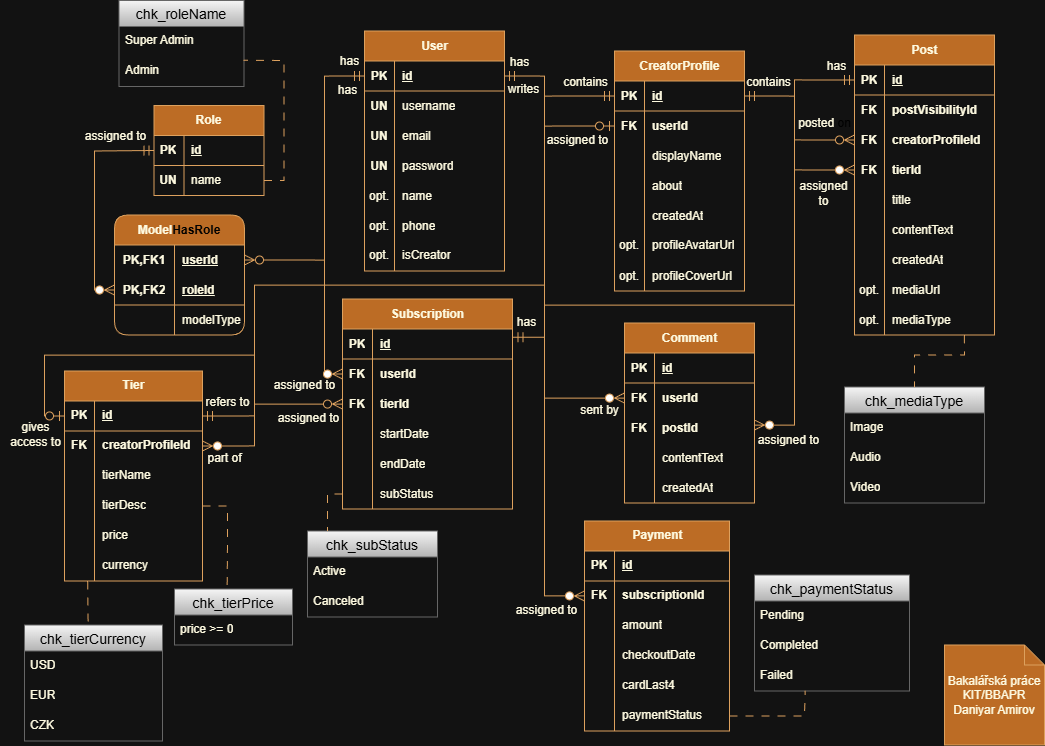
This is imgs/bloghub-erd.png from mirroxEkb14/bloghub, a draw.io export, as it was before one commit. Source tidied: cells renumbered, new cells last; positions are measured from the earlier drawing's top-left corner, leaving out a move shared by most shapes.
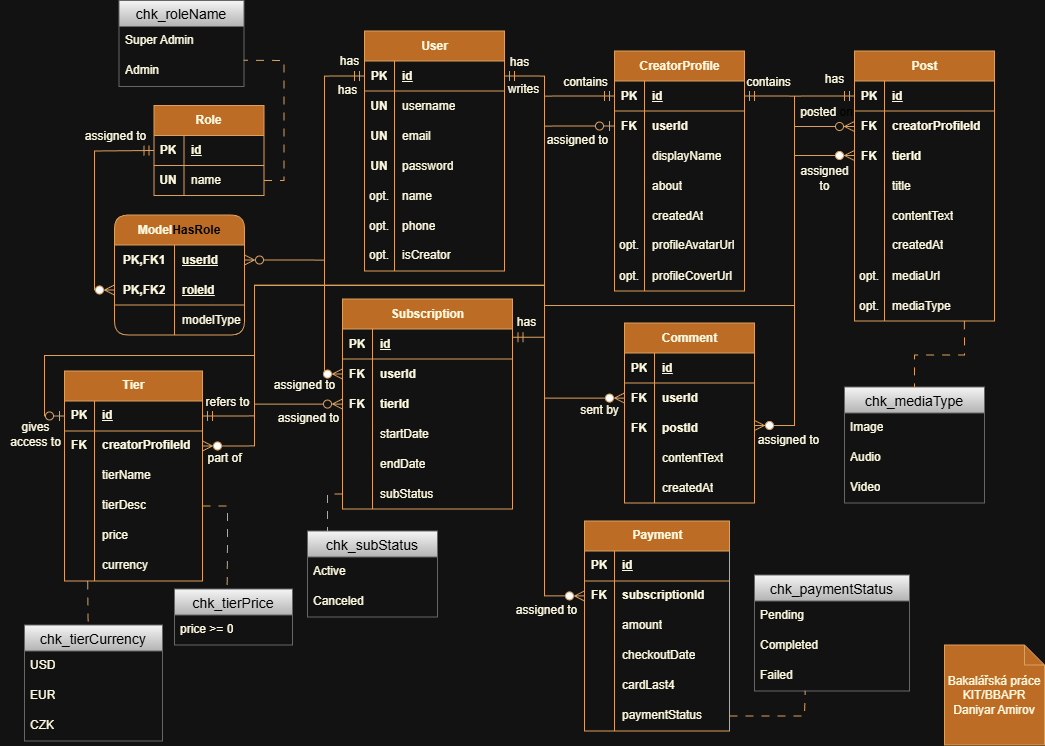
The same diagram one commit later.

What changed in the source:
```diff
@@ -181,7 +181,7 @@
       <mxGeometry x="537" y="124.5" width="80" height="30" as="geometry" />
     </mxCell>
     <mxCell id="58" value="Post" style="shape=table;startSize=30;rowLines=0;fontStyle=1;align=center;html=1;fillColor=#BC6C25;strokeColor=#DDA15E;labelBackgroundColor=none;fontColor=#FEFAE0;" parent="1" vertex="1">
-      <mxGeometry x="854" y="34.5" width="140" height="300" as="geometry" />
+      <mxGeometry x="854" y="50.5" width="140" height="270" as="geometry" />
     </mxCell>
     <mxCell id="59" style="shape=tableRow;horizontal=0;startSize=0;swimlaneHead=0;swimlaneBody=0;fillColor=none;points=[[0,0.5],[1,0.5]];portConstraint=eastwest;top=0;left=0;right=0;bottom=1;labelBackgroundColor=none;strokeColor=#DDA15E;fontColor=#FEFAE0;" parent="58" vertex="1">
       <mxGeometry y="30" width="140" height="30" as="geometry" />
@@ -192,17 +192,8 @@
     <mxCell id="61" value="id" style="shape=partialRectangle;fillColor=none;top=0;left=0;bottom=0;right=0;align=left;spacingLeft=6;fontStyle=5;overflow=hidden;whiteSpace=wrap;html=1;labelBackgroundColor=none;strokeColor=#DDA15E;fontColor=#FEFAE0;" parent="59" vertex="1">
       <mxGeometry x="30" width="110" height="30" as="geometry" />
     </mxCell>
-    <mxCell id="62" style="shape=tableRow;horizontal=0;startSize=0;swimlaneHead=0;swimlaneBody=0;fillColor=none;top=0;left=0;right=0;bottom=0;labelBackgroundColor=none;strokeColor=#DDA15E;fontColor=#FEFAE0;" parent="58" vertex="1">
-      <mxGeometry y="60" width="140" height="30" as="geometry" />
-    </mxCell>
-    <mxCell id="63" value="&lt;b&gt;FK&lt;/b&gt;" style="shape=partialRectangle;fillColor=none;top=0;left=0;bottom=0;right=0;overflow=hidden;whiteSpace=wrap;html=1;labelBackgroundColor=none;strokeColor=#DDA15E;fontColor=#FEFAE0;" parent="62" vertex="1">
-      <mxGeometry width="30" height="30" as="geometry" />
-    </mxCell>
-    <mxCell id="64" value="&lt;b&gt;postVisibilityId&lt;/b&gt;" style="shape=partialRectangle;fillColor=none;top=0;left=0;bottom=0;right=0;align=left;spacingLeft=6;overflow=hidden;whiteSpace=wrap;html=1;labelBackgroundColor=none;strokeColor=#DDA15E;fontColor=#FEFAE0;" parent="62" vertex="1">
-      <mxGeometry x="30" width="110" height="30" as="geometry" />
-    </mxCell>
     <mxCell id="65" style="shape=tableRow;horizontal=0;startSize=0;swimlaneHead=0;swimlaneBody=0;fillColor=none;points=[[0,0.5],[1,0.5]];portConstraint=eastwest;top=0;left=0;right=0;bottom=0;labelBackgroundColor=none;strokeColor=#DDA15E;fontColor=#FEFAE0;" parent="58" vertex="1">
-      <mxGeometry y="90" width="140" height="30" as="geometry" />
+      <mxGeometry y="60" width="140" height="30" as="geometry" />
     </mxCell>
     <mxCell id="66" value="&lt;b&gt;FK&lt;/b&gt;" style="shape=partialRectangle;fillColor=none;top=0;left=0;bottom=0;right=0;overflow=hidden;whiteSpace=wrap;html=1;labelBackgroundColor=none;strokeColor=#DDA15E;fontColor=#FEFAE0;" parent="65" vertex="1">
       <mxGeometry width="30" height="30" as="geometry" />
@@ -211,7 +202,7 @@
       <mxGeometry x="30" width="110" height="30" as="geometry" />
     </mxCell>
     <mxCell id="68" style="shape=tableRow;horizontal=0;startSize=0;swimlaneHead=0;swimlaneBody=0;fillColor=none;points=[[0,0.5],[1,0.5]];portConstraint=eastwest;top=0;left=0;right=0;bottom=0;labelBackgroundColor=none;strokeColor=#DDA15E;fontColor=#FEFAE0;" parent="58" vertex="1">
-      <mxGeometry y="120" width="140" height="30" as="geometry" />
+      <mxGeometry y="90" width="140" height="30" as="geometry" />
     </mxCell>
     <mxCell id="69" value="&lt;b&gt;FK&lt;/b&gt;" style="shape=partialRectangle;fillColor=none;top=0;left=0;bottom=0;right=0;overflow=hidden;whiteSpace=wrap;html=1;labelBackgroundColor=none;strokeColor=#DDA15E;fontColor=#FEFAE0;" parent="68" vertex="1">
       <mxGeometry width="30" height="30" as="geometry" />
@@ -220,7 +211,7 @@
       <mxGeometry x="30" width="110" height="30" as="geometry" />
     </mxCell>
     <mxCell id="71" style="shape=tableRow;horizontal=0;startSize=0;swimlaneHead=0;swimlaneBody=0;fillColor=none;top=0;left=0;right=0;bottom=0;labelBackgroundColor=none;strokeColor=#DDA15E;fontColor=#FEFAE0;" parent="58" vertex="1">
-      <mxGeometry y="150" width="140" height="30" as="geometry" />
+      <mxGeometry y="120" width="140" height="30" as="geometry" />
     </mxCell>
     <mxCell id="72" style="shape=partialRectangle;fillColor=none;top=0;left=0;bottom=0;right=0;overflow=hidden;whiteSpace=wrap;html=1;labelBackgroundColor=none;strokeColor=#DDA15E;fontColor=#FEFAE0;" parent="71" vertex="1">
       <mxGeometry width="30" height="30" as="geometry" />
@@ -229,7 +220,7 @@
       <mxGeometry x="30" width="110" height="30" as="geometry" />
     </mxCell>
     <mxCell id="74" style="shape=tableRow;horizontal=0;startSize=0;swimlaneHead=0;swimlaneBody=0;fillColor=none;top=0;left=0;right=0;bottom=0;labelBackgroundColor=none;strokeColor=#DDA15E;fontColor=#FEFAE0;" parent="58" vertex="1">
-      <mxGeometry y="180" width="140" height="30" as="geometry" />
+      <mxGeometry y="150" width="140" height="30" as="geometry" />
     </mxCell>
     <mxCell id="75" style="shape=partialRectangle;fillColor=none;top=0;left=0;bottom=0;right=0;overflow=hidden;whiteSpace=wrap;html=1;labelBackgroundColor=none;strokeColor=#DDA15E;fontColor=#FEFAE0;" parent="74" vertex="1">
       <mxGeometry width="30" height="30" as="geometry" />
@@ -238,7 +229,7 @@
       <mxGeometry x="30" width="110" height="30" as="geometry" />
     </mxCell>
     <mxCell id="77" style="shape=tableRow;horizontal=0;startSize=0;swimlaneHead=0;swimlaneBody=0;fillColor=none;top=0;left=0;right=0;bottom=0;labelBackgroundColor=none;strokeColor=#DDA15E;fontColor=#FEFAE0;" parent="58" vertex="1">
-      <mxGeometry y="210" width="140" height="30" as="geometry" />
+      <mxGeometry y="180" width="140" height="30" as="geometry" />
     </mxCell>
     <mxCell id="78" style="shape=partialRectangle;fillColor=none;top=0;left=0;bottom=0;right=0;overflow=hidden;whiteSpace=wrap;html=1;labelBackgroundColor=none;strokeColor=#DDA15E;fontColor=#FEFAE0;" parent="77" vertex="1">
       <mxGeometry width="30" height="30" as="geometry" />
@@ -247,7 +238,7 @@
       <mxGeometry x="30" width="110" height="30" as="geometry" />
     </mxCell>
     <mxCell id="80" style="shape=tableRow;horizontal=0;startSize=0;swimlaneHead=0;swimlaneBody=0;fillColor=none;top=0;left=0;right=0;bottom=0;labelBackgroundColor=none;strokeColor=#DDA15E;fontColor=#FEFAE0;" parent="58" vertex="1">
-      <mxGeometry y="240" width="140" height="30" as="geometry" />
+      <mxGeometry y="210" width="140" height="30" as="geometry" />
     </mxCell>
     <mxCell id="81" value="opt." style="shape=partialRectangle;fillColor=none;top=0;left=0;bottom=0;right=0;overflow=hidden;whiteSpace=wrap;html=1;labelBackgroundColor=none;strokeColor=#DDA15E;fontColor=#FEFAE0;" parent="80" vertex="1">
       <mxGeometry width="30" height="30" as="geometry" />
@@ -256,7 +247,7 @@
       <mxGeometry x="30" width="110" height="30" as="geometry" />
     </mxCell>
     <mxCell id="83" style="shape=tableRow;horizontal=0;startSize=0;swimlaneHead=0;swimlaneBody=0;fillColor=none;points=[[0,0.5],[1,0.5]];portConstraint=eastwest;top=0;left=0;right=0;bottom=0;labelBackgroundColor=none;strokeColor=#DDA15E;fontColor=#FEFAE0;" parent="58" vertex="1">
-      <mxGeometry y="270" width="140" height="30" as="geometry" />
+      <mxGeometry y="240" width="140" height="30" as="geometry" />
     </mxCell>
     <mxCell id="84" value="opt." style="shape=partialRectangle;fillColor=none;top=0;left=0;bottom=0;right=0;overflow=hidden;whiteSpace=wrap;html=1;labelBackgroundColor=none;strokeColor=#DDA15E;fontColor=#FEFAE0;" parent="83" vertex="1">
       <mxGeometry width="30" height="30" as="geometry" />
@@ -267,13 +258,14 @@
     <mxCell id="86" style="edgeStyle=orthogonalEdgeStyle;fontSize=12;html=1;endArrow=ERzeroToMany;startArrow=ERmandOne;rounded=0;exitX=1;exitY=0.5;exitDx=0;exitDy=0;endSize=8;startSize=8;startFill=0;endFill=0;entryX=0;entryY=0.5;entryDx=0;entryDy=0;labelBackgroundColor=none;strokeColor=#DDA15E;fontColor=default;" parent="1" edge="1" source="34" target="65">
       <mxGeometry relative="1" as="geometry">
         <Array as="points">
-          <mxPoint x="794" y="95.5" />
-          <mxPoint x="794" y="139.5" />
+          <mxPoint x="794" y="96" />
+          <mxPoint x="794" y="126" />
+          <mxPoint x="854" y="126" />
         </Array>
       </mxGeometry>
     </mxCell>
     <mxCell id="87" value="posted&amp;nbsp;&lt;span style=&quot;background-color: transparent; color: light-dark(rgb(0, 0, 0), rgb(255, 255, 255));&quot;&gt;on&lt;/span&gt;" style="text;html=1;align=center;verticalAlign=middle;strokeColor=none;fillColor=none;labelBackgroundColor=none;fontColor=#FEFAE0;" parent="1" vertex="1">
-      <mxGeometry x="784" y="107.5" width="80" height="30" as="geometry" />
+      <mxGeometry x="786" y="96.5" width="80" height="30" as="geometry" />
     </mxCell>
     <mxCell id="88" value="contains" style="text;html=1;align=center;verticalAlign=middle;strokeColor=none;fillColor=none;labelBackgroundColor=none;fontColor=#FEFAE0;" parent="1" vertex="1">
       <mxGeometry x="733" y="66.5" width="70" height="30" as="geometry" />
@@ -379,13 +371,13 @@
     <mxCell id="118" style="edgeStyle=orthogonalEdgeStyle;fontSize=12;html=1;endArrow=ERzeroToMany;startArrow=ERmandOne;rounded=0;endSize=8;startSize=8;exitX=0;exitY=0.5;exitDx=0;exitDy=0;labelBackgroundColor=none;strokeColor=#DDA15E;fontColor=default;" parent="1" edge="1" source="59" target="108">
       <mxGeometry relative="1" as="geometry">
         <Array as="points">
-          <mxPoint x="794" y="79.5" />
-          <mxPoint x="794" y="424.5" />
+          <mxPoint x="794" y="96" />
+          <mxPoint x="794" y="425" />
         </Array>
       </mxGeometry>
     </mxCell>
     <mxCell id="119" value="has" style="text;html=1;align=center;verticalAlign=middle;strokeColor=none;fillColor=none;labelBackgroundColor=none;fontColor=#FEFAE0;" parent="1" vertex="1">
-      <mxGeometry x="816" y="50.5" width="40" height="30" as="geometry" />
+      <mxGeometry x="814" y="64" width="40" height="30" as="geometry" />
     </mxCell>
     <mxCell id="120" value="writes" style="text;html=1;align=center;verticalAlign=middle;strokeColor=none;fillColor=none;labelBackgroundColor=none;fontColor=#FEFAE0;" parent="1" vertex="1">
       <mxGeometry x="498" y="73.5" width="50" height="30" as="geometry" />
@@ -733,19 +725,20 @@
     <mxCell id="219" style="edgeStyle=orthogonalEdgeStyle;fontSize=12;html=1;endArrow=ERzeroToMany;startArrow=ERzeroToOne;rounded=0;startSize=8;endSize=8;entryX=0;entryY=0.5;entryDx=0;entryDy=0;exitX=0;exitY=0.5;exitDx=0;exitDy=0;startFill=0;labelBackgroundColor=none;strokeColor=#DDA15E;fontColor=default;" parent="1" edge="1" source="134" target="68">
       <mxGeometry relative="1" as="geometry">
         <Array as="points">
-          <mxPoint x="44" y="415.5" />
-          <mxPoint x="44" y="354.5" />
-          <mxPoint x="254" y="354.5" />
-          <mxPoint x="254" y="284.5" />
-          <mxPoint x="544" y="284.5" />
-          <mxPoint x="544" y="304.5" />
-          <mxPoint x="794" y="304.5" />
-          <mxPoint x="794" y="169.5" />
+          <mxPoint x="44" y="416" />
+          <mxPoint x="44" y="355" />
+          <mxPoint x="254" y="355" />
+          <mxPoint x="254" y="285" />
+          <mxPoint x="544" y="285" />
+          <mxPoint x="544" y="305" />
+          <mxPoint x="794" y="305" />
+          <mxPoint x="794" y="155" />
+          <mxPoint x="854" y="155" />
         </Array>
       </mxGeometry>
     </mxCell>
     <mxCell id="220" value="assigned&lt;div&gt;to&lt;/div&gt;" style="text;html=1;align=center;verticalAlign=middle;strokeColor=none;fillColor=none;labelBackgroundColor=none;fontColor=#FEFAE0;" parent="1" vertex="1">
-      <mxGeometry x="788" y="172.5" width="70" height="40" as="geometry" />
+      <mxGeometry x="789" y="158" width="70" height="40" as="geometry" />
     </mxCell>
     <mxCell id="221" value="gives&lt;div&gt;access to&lt;/div&gt;" style="text;html=1;align=center;verticalAlign=middle;strokeColor=none;fillColor=none;labelBackgroundColor=none;fontColor=#FEFAE0;" parent="1" vertex="1">
       <mxGeometry y="413.5" width="70" height="40" as="geometry" />
```
